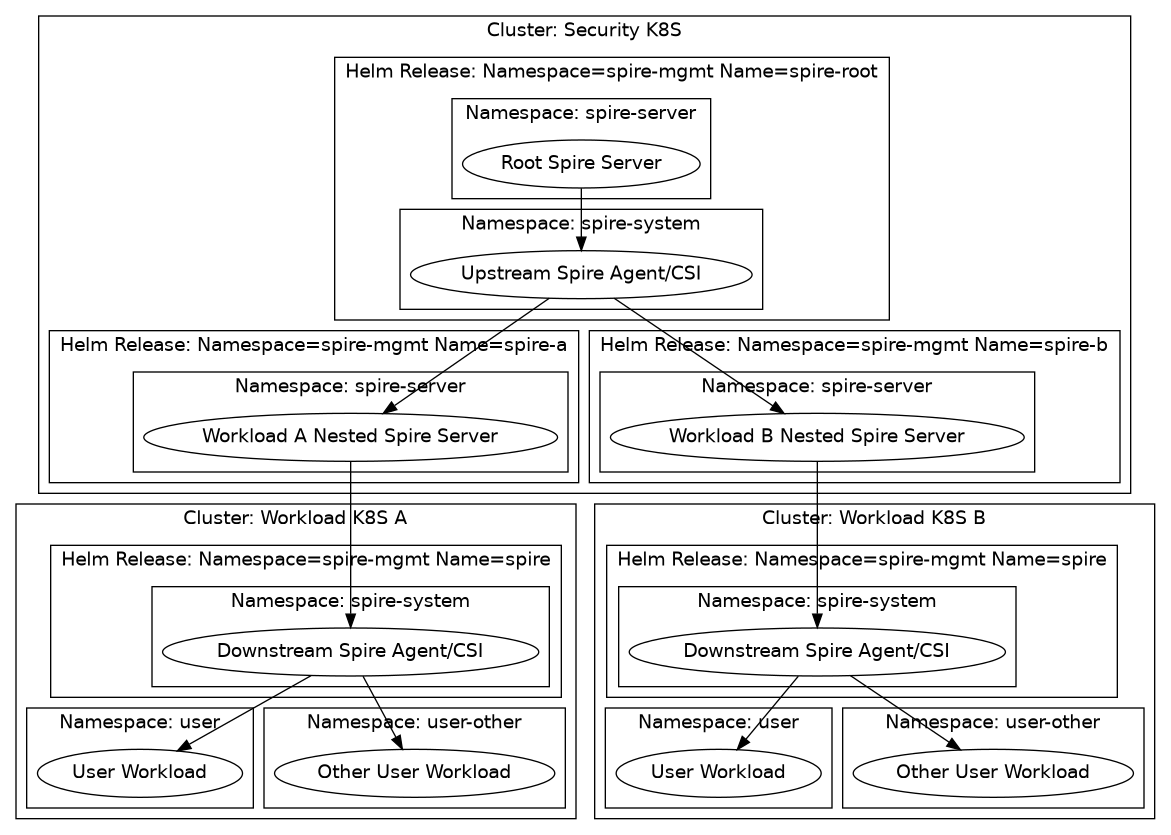
This is static/img/spire-helm-charts-hardened/securitycluster.png from spiffe/spiffe.io, a Graphviz export, as it was before one commit. Its source is kept beside it as static/img/spire-helm-charts-hardened/securitycluster.dot. Source of this version:
```dot
digraph G {
  subgraph cluster_security_k8s {
    label="Cluster: Security K8S";
    subgraph cluster_root_release {
      label="Helm Release: Namespace=spire-mgmt Name=spire-root";
      subgraph cluster_ns_root_server {
        label="Namespace: spire-server"
        spireRoot [label="Root Spire Server"];
      }
      subgraph cluster_ns_1_system {
        label="Namespace: spire-system"
        spireUpstreamAgent1 [label="Upstream Spire Agent/CSI"];
      }
    }
    subgraph cluster_nested1_release {
      label="Helm Release: Namespace=spire-mgmt Name=spire-a"
      subgraph cluster_ns_nested_server {
        label="Namespace: spire-server";
        spireServerNested1 [label="Workload A Nested Spire Server"];
      }
    }
    subgraph cluster_nested2_release {
      label="Helm Release: Namespace=spire-mgmt Name=spire-b"
      subgraph cluster_ns_nested2_server {
        label="Namespace: spire-server";
        spireServerNested2 [label="Workload B Nested Spire Server"];
      }
    }
  }
  subgraph cluster_workload_a_k8s {
    label="Cluster: Workload K8S A";
    subgraph cluster_workload_release {
      label="Helm Release: Namespace=spire-mgmt Name=spire"
      subgraph cluster_ns_nested_system {
        label="Namespace: spire-system";
        spireDownstreamAgent1 [label="Downstream Spire Agent/CSI"];
      }
    }
    subgraph cluster_ns_nested_system {
      label="Namespace: user";
      userWorkload1 [label="User Workload"];
    }
    subgraph cluster_ns_nested2_system {
      label="Namespace: user-other";
      userWorkload2 [label="Other User Workload"];
    }
  }
  subgraph cluster_workload_b_k8s {
    label="Cluster: Workload K8S B";
    subgraph cluster_workload_b_release {
      label="Helm Release: Namespace=spire-mgmt Name=spire"
      subgraph cluster_ns_nested_b_system {
        label="Namespace: spire-system";
        spireDownstreamAgent2 [label="Downstream Spire Agent/CSI"];
      }
    }
    subgraph cluster_ns_nested3_system {
      label="Namespace: user";
      userWorkload3 [label="User Workload"];
    }
    subgraph cluster_ns_nested4_system {
      label="Namespace: user-other";
      userWorkload4 [label="Other User Workload"];
    }
    spireRoot -> spireUpstreamAgent1;
    spireUpstreamAgent1 -> spireServerNested1;
    spireServerNested1 -> spireDownstreamAgent1;
    spireDownstreamAgent1 -> userWorkload1;
    spireDownstreamAgent1 -> userWorkload2;
    spireUpstreamAgent1 -> spireServerNested2;
    spireServerNested2 -> spireDownstreamAgent2;
    spireDownstreamAgent2 -> userWorkload3;
    spireDownstreamAgent2 -> userWorkload4;
  }
}
```
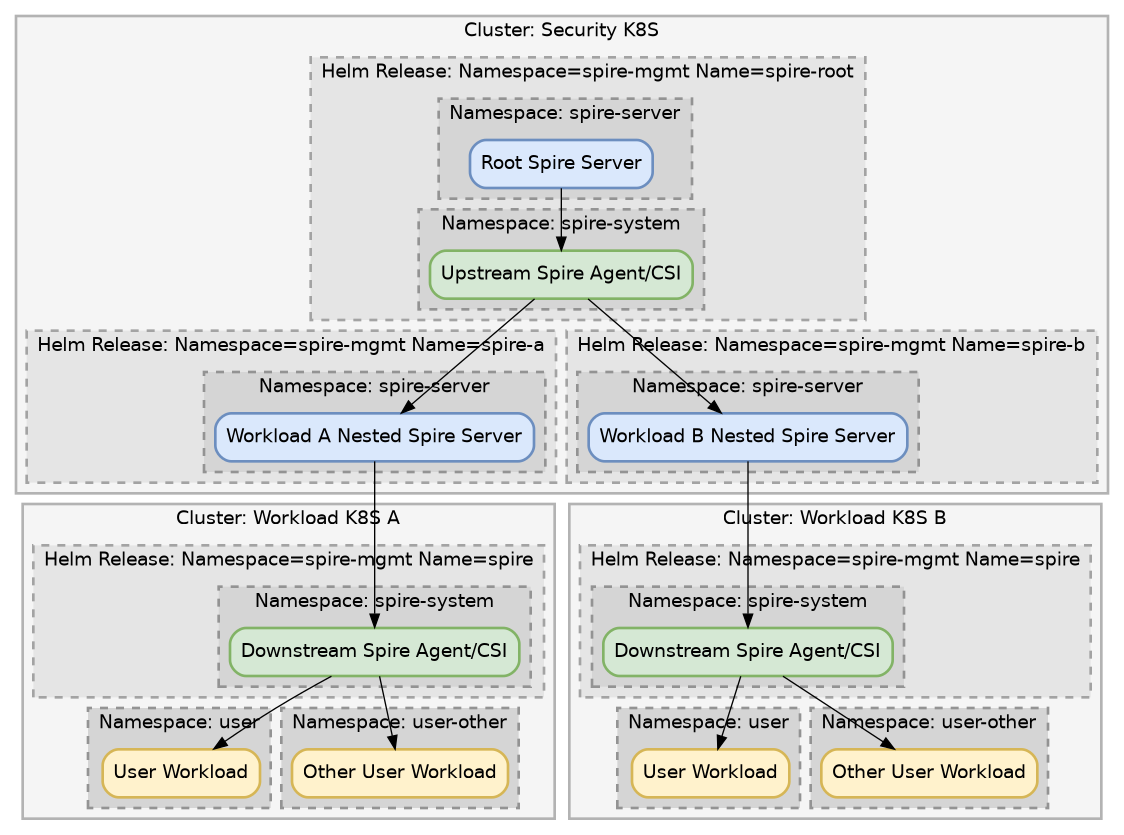
The same file after the commit.

Commit message:
Make image better

The edit, as a diff of the source:
```diff
@@ -1,66 +1,120 @@
 digraph G {
   subgraph cluster_security_k8s {
     label="Cluster: Security K8S";
+    style="filled,solid,bold";
+    color="#b3b3b3";
+    fillcolor="#f5f5f5";
     subgraph cluster_root_release {
       label="Helm Release: Namespace=spire-mgmt Name=spire-root";
+      style="filled,dashed,bold";
+      color="#a3a3a3";
+      fillcolor="#e5e5e5";
       subgraph cluster_ns_root_server {
+        style="filled,dashed,bold";
+        color="#939393";
+        fillcolor="#d5d5d5";
         label="Namespace: spire-server"
-        spireRoot [label="Root Spire Server"];
+        spireRoot [label="Root Spire Server",shape="box",style="rounded,solid,filled,bold",color="#6c8ebf",fillcolor="#dae8fc"];
       }
       subgraph cluster_ns_1_system {
+        style="filled,dashed,bold";
+        color="#939393";
+        fillcolor="#d5d5d5";
         label="Namespace: spire-system"
-        spireUpstreamAgent1 [label="Upstream Spire Agent/CSI"];
+        spireUpstreamAgent1 [label="Upstream Spire Agent/CSI",shape="box",style="rounded,solid,filled,bold",color="#82b366",fillcolor="#d5e8d4"];
       }
     }
     subgraph cluster_nested1_release {
       label="Helm Release: Namespace=spire-mgmt Name=spire-a"
+      style="filled,dashed,bold";
+      color="#a3a3a3";
+      fillcolor="#e5e5e5";
       subgraph cluster_ns_nested_server {
+        style="filled,dashed,bold";
+        color="#939393";
+        fillcolor="#d5d5d5";
         label="Namespace: spire-server";
-        spireServerNested1 [label="Workload A Nested Spire Server"];
+        spireServerNested1 [label="Workload A Nested Spire Server",shape="box",style="rounded,solid,filled,bold",color="#6c8ebf",fillcolor="#dae8fc"];
       }
     }
     subgraph cluster_nested2_release {
       label="Helm Release: Namespace=spire-mgmt Name=spire-b"
+      style="filled,dashed,bold";
+      color="#a3a3a3";
+      fillcolor="#e5e5e5";
       subgraph cluster_ns_nested2_server {
+        style="filled,dashed,bold";
+        color="#939393";
+        fillcolor="#d5d5d5";
         label="Namespace: spire-server";
-        spireServerNested2 [label="Workload B Nested Spire Server"];
+        spireServerNested2 [label="Workload B Nested Spire Server",shape="box",style="rounded,solid,filled,bold",color="#6c8ebf",fillcolor="#dae8fc"];
       }
     }
   }
   subgraph cluster_workload_a_k8s {
     label="Cluster: Workload K8S A";
+    style="filled,solid,bold";
+    color="#b3b3b3";
+    fillcolor="#f5f5f5";
     subgraph cluster_workload_release {
       label="Helm Release: Namespace=spire-mgmt Name=spire"
+      style="filled,dashed,bold";
+      color="#a3a3a3";
+      fillcolor="#e5e5e5";
       subgraph cluster_ns_nested_system {
+        style="filled,dashed,bold";
+        color="#939393";
+        fillcolor="#d5d5d5";
         label="Namespace: spire-system";
-        spireDownstreamAgent1 [label="Downstream Spire Agent/CSI"];
+        spireDownstreamAgent1 [label="Downstream Spire Agent/CSI",shape="box",style="rounded,solid,filled,bold",color="#82b366",fillcolor="#d5e8d4"];
       }
     }
     subgraph cluster_ns_nested_system {
+      style="filled,dashed,bold";
+      color="#939393";
+      fillcolor="#d5d5d5";
       label="Namespace: user";
-      userWorkload1 [label="User Workload"];
+      userWorkload1 [label="User Workload",shape="box",style="rounded,solid,filled,bold",color="#d6b656",fillcolor="#fff2cc"];
     }
     subgraph cluster_ns_nested2_system {
+      style="filled,dashed,bold";
+      color="#939393";
+      fillcolor="#d5d5d5";
       label="Namespace: user-other";
-      userWorkload2 [label="Other User Workload"];
+      userWorkload2 [label="Other User Workload",shape="box",style="rounded,solid,filled,bold",color="#d6b656",fillcolor="#fff2cc"];
     }
   }
   subgraph cluster_workload_b_k8s {
     label="Cluster: Workload K8S B";
+    style="filled,solid,bold";
+    color="#b3b3b3";
+    fillcolor="#f5f5f5";
     subgraph cluster_workload_b_release {
       label="Helm Release: Namespace=spire-mgmt Name=spire"
+      style="filled,dashed,bold";
+      color="#a3a3a3";
+      fillcolor="#e5e5e5";
       subgraph cluster_ns_nested_b_system {
+        style="filled,dashed,bold";
+        color="#939393";
+        fillcolor="#d5d5d5";
         label="Namespace: spire-system";
-        spireDownstreamAgent2 [label="Downstream Spire Agent/CSI"];
+        spireDownstreamAgent2 [label="Downstream Spire Agent/CSI",shape="box",style="rounded,solid,filled,bold",color="#82b366",fillcolor="#d5e8d4"];
       }
     }
     subgraph cluster_ns_nested3_system {
+      style="filled,dashed,bold";
+      color="#939393";
+      fillcolor="#d5d5d5";
       label="Namespace: user";
-      userWorkload3 [label="User Workload"];
+      userWorkload3 [label="User Workload",shape="box",style="rounded,solid,filled,bold",color="#d6b656",fillcolor="#fff2cc"];
     }
     subgraph cluster_ns_nested4_system {
+      style="filled,dashed,bold";
+      color="#939393";
+      fillcolor="#d5d5d5";
       label="Namespace: user-other";
-      userWorkload4 [label="Other User Workload"];
+      userWorkload4 [label="Other User Workload",shape="box",style="rounded,solid,filled,bold",color="#d6b656",fillcolor="#fff2cc"];
     }
     spireRoot -> spireUpstreamAgent1;
     spireUpstreamAgent1 -> spireServerNested1;
```
